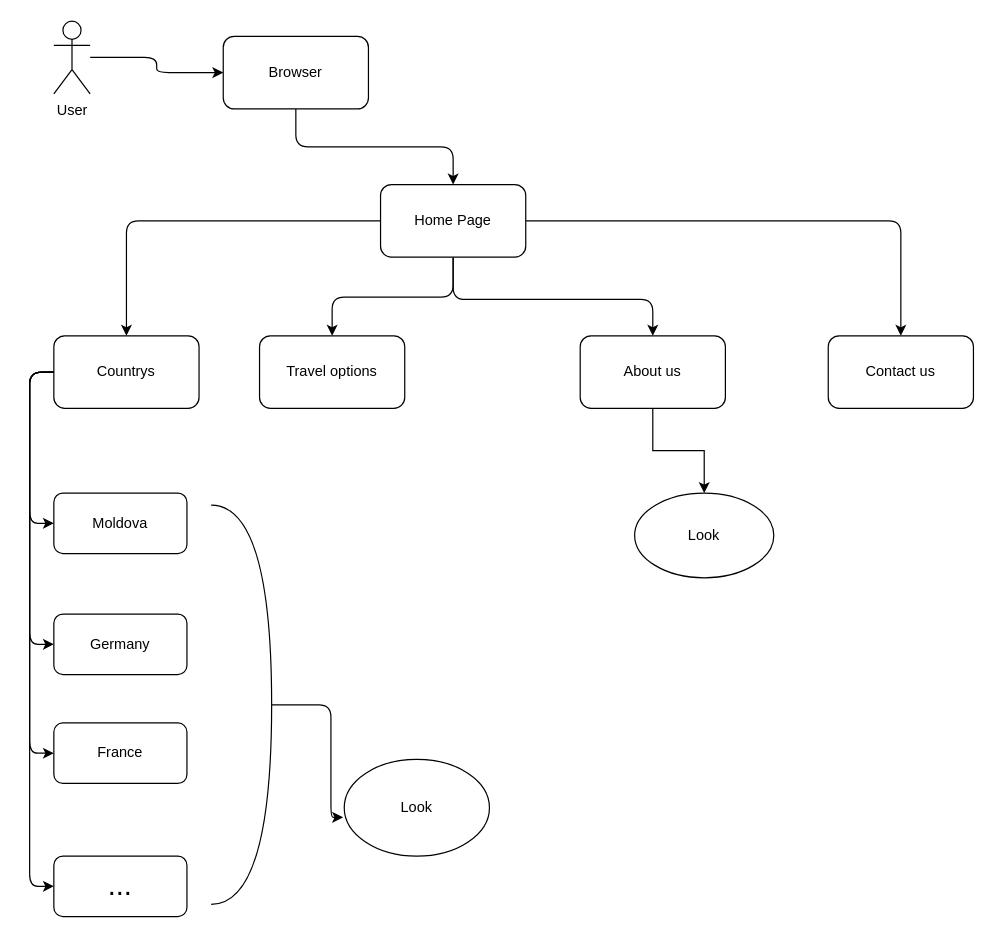
Above: page "Home page" (1 of 3) of Site1/Untitled Diagram.drawio in SmoleacMihai/ProgramareWeb (draw.io), before the change. Source tidied: cells renumbered, new cells numbered last; positions are measured from the earlier drawing's top-left corner, leaving out a move shared by most shapes. Both pictures are drawn from the tidied source at 121%, with x=0, y=0 at pixel (29, 21).
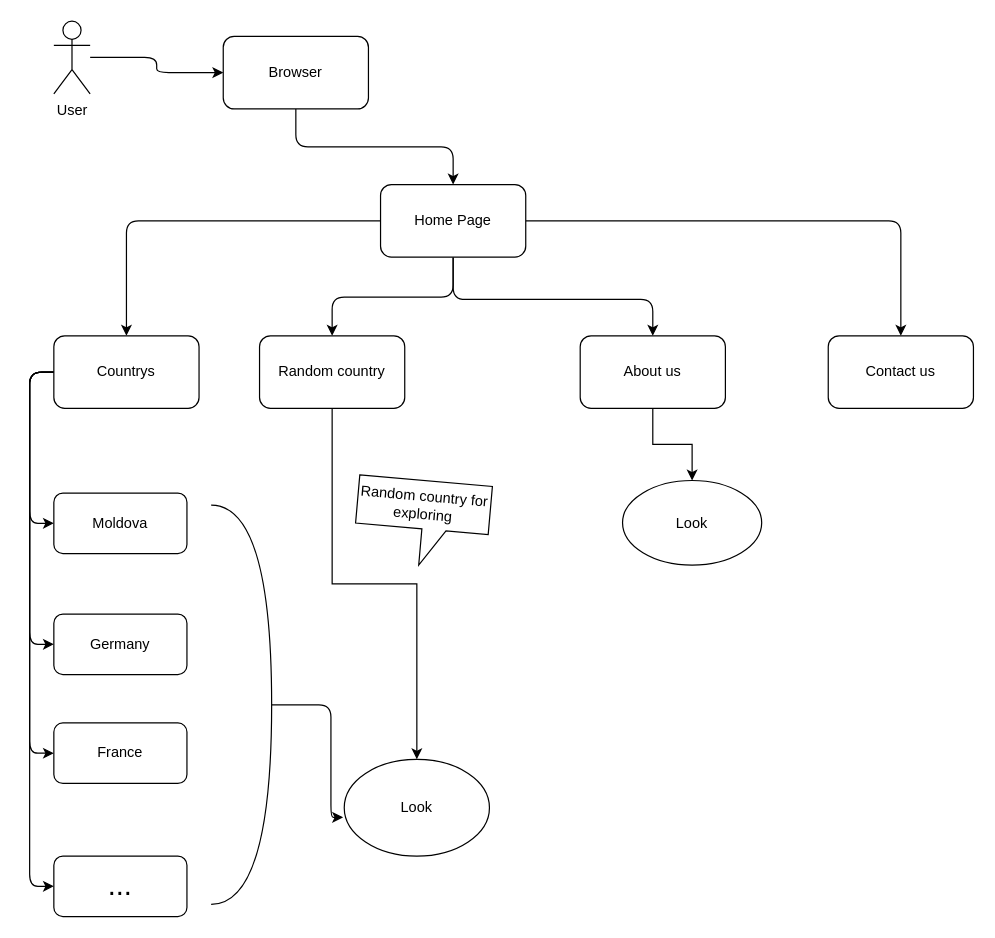
Above is the later version.

The change refers to these unchanged cells:
```xml
<mxCell id="26" value="Look" style="ellipse;whiteSpace=wrap;html=1;rounded=0;sketch=0;" parent="1" vertex="1">
  <mxGeometry x="260" y="610" width="120" height="80" as="geometry" />
</mxCell>
```

The edit, as a diff of the source:
```diff
@@
+    <mxCell id="28" style="edgeStyle=orthogonalEdgeStyle;rounded=0;jettySize=auto;html=1;entryX=0.5;entryY=0;entryDx=0;entryDy=0;" parent="1" edge="1" source="16" target="26">
+      <mxGeometry relative="1" as="geometry" />
+    </mxCell>
-    <mxCell id="16" value="Travel options" style="rounded=1;whiteSpace=wrap;html=1;sketch=0;" parent="1" vertex="1">
+    <mxCell id="16" value="Random country" style="rounded=1;whiteSpace=wrap;html=1;sketch=0;" parent="1" vertex="1">
       <mxGeometry x="190" y="260" width="120" height="60" as="geometry" />
     </mxCell>
@@
     <mxCell id="27" value="Look" style="ellipse;whiteSpace=wrap;html=1;" parent="1" vertex="1">
-      <mxGeometry x="500" y="390" width="115" height="70" as="geometry" />
+      <mxGeometry x="490" y="379.6" width="115" height="70" as="geometry" />
     </mxCell>
+    <mxCell id="29" value="Random country for exploring" style="shape=callout;whiteSpace=wrap;html=1;perimeter=calloutPerimeter;rotation=5;" parent="1" vertex="1">
+      <mxGeometry x="269.6" y="379.6" width="110" height="70" as="geometry" />
+    </mxCell>
```
